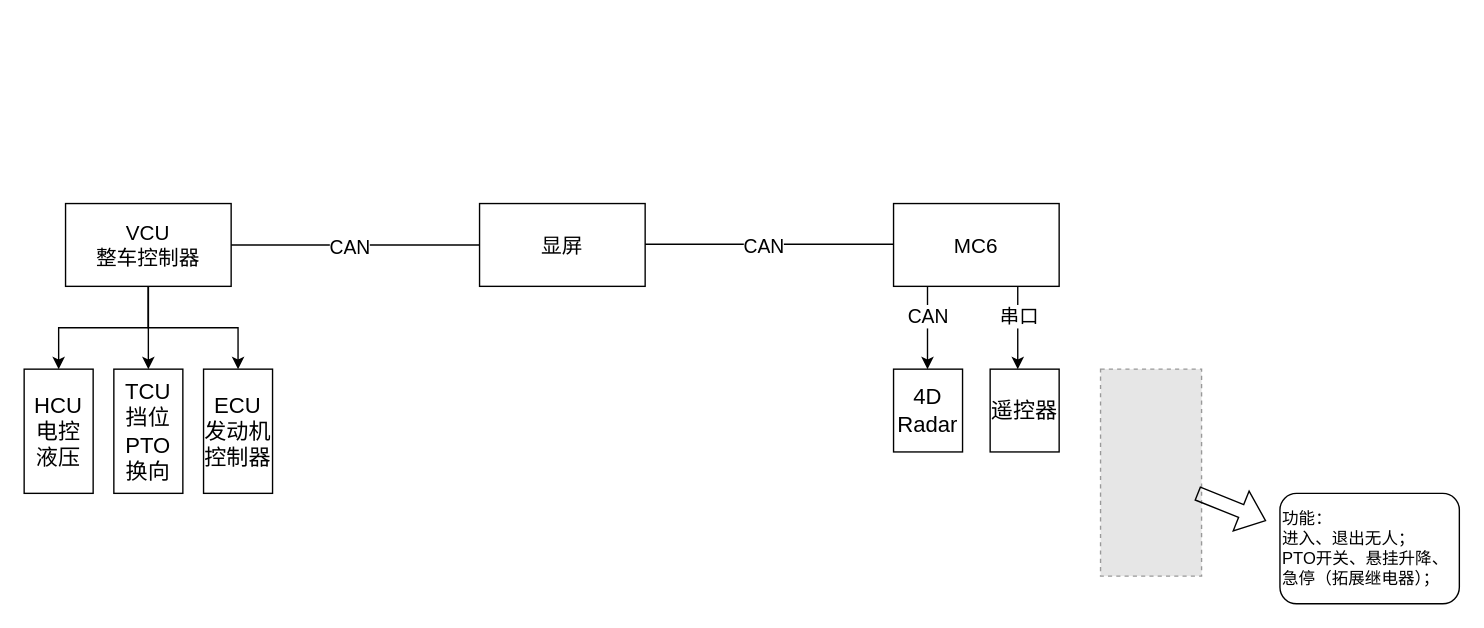
Before: unis_常发.drawio in Hanye1108/drawio, a draw.io diagram. Source tidied: cells renumbered, new cells numbered last; positions are measured from the earlier drawing's top-left corner, leaving out a move shared by most shapes. Both pictures are drawn from the tidied source at 138%, with x=0, y=0 at pixel (23, 203). Pictures stored in the file or linked from it are replaced by grey dashed boxes.
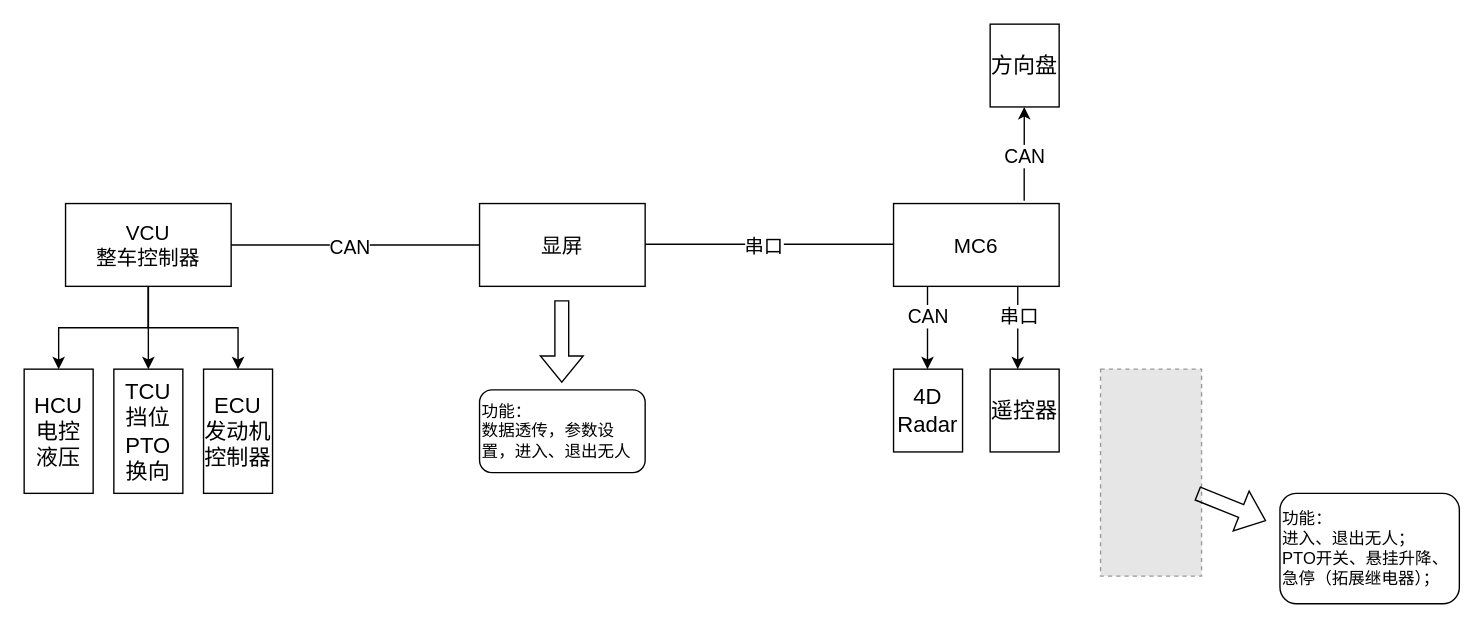
After the change.

The change refers to these unchanged cells:
```xml
<mxCell id="9" value="&lt;font style=&quot;font-size: 15px;&quot;&gt;MC6&lt;/font&gt;" style="rounded=0;whiteSpace=wrap;html=1;" parent="1" vertex="1">
  <mxGeometry x="630" width="120" height="60" as="geometry" />
</mxCell>
<mxCell id="12" style="endArrow=none;html=1;rounded=0;entryX=0;entryY=0.5;entryDx=0;entryDy=0;" parent="1" edge="1">
  <mxGeometry relative="1" as="geometry">
    <mxPoint x="450" y="29.5" as="sourcePoint" />
    <mxPoint x="630" y="29.5" as="targetPoint" />
  </mxGeometry>
</mxCell>
```

What changed in the source:
```diff
@@
-    <mxCell id="13" value="CAN" style="edgeLabel;html=1;align=center;verticalAlign=middle;fontSize=14;" parent="12" vertex="1">
+    <mxCell id="13" value="串口" style="edgeLabel;html=1;align=center;verticalAlign=middle;fontSize=14;" parent="12" vertex="1">
       <mxGeometry x="-0.06" y="-1" relative="1" as="geometry" />
     </mxCell>
@@
+    <mxCell id="24" style="shape=flexArrow;endArrow=classic;html=1;rounded=0;" parent="1" edge="1">
+      <mxGeometry relative="1" as="geometry">
+        <mxPoint x="389.6" y="70" as="sourcePoint" />
+        <mxPoint x="389.6" y="130" as="targetPoint" />
+      </mxGeometry>
+    </mxCell>
+    <mxCell id="25" value="功能：&lt;div&gt;数据透传，参数设置，进入、退出无人&lt;/div&gt;" style="rounded=1;whiteSpace=wrap;html=1;align=left;" parent="1" vertex="1">
+      <mxGeometry x="330" y="135" width="120" height="60" as="geometry" />
+    </mxCell>
+    <mxCell id="26" value="&lt;span style=&quot;font-size: 16px;&quot;&gt;方向盘&lt;/span&gt;" style="rounded=0;whiteSpace=wrap;html=1;" parent="1" vertex="1">
+      <mxGeometry x="700" y="-130" width="50" height="60" as="geometry" />
+    </mxCell>
+    <mxCell id="27" style="endArrow=classic;html=1;rounded=0;exitX=0.789;exitY=-0.035;exitDx=0;exitDy=0;exitPerimeter=0;" parent="1" edge="1" source="9">
+      <mxGeometry relative="1" as="geometry">
+        <mxPoint x="724.7" y="-70" as="targetPoint" />
+      </mxGeometry>
+    </mxCell>
+    <mxCell id="28" value="CAN" style="edgeLabel;html=1;align=center;verticalAlign=middle;fontSize=14;" parent="27" vertex="1">
+      <mxGeometry x="-0.18" relative="1" as="geometry">
+        <mxPoint y="-4" as="offset" />
+      </mxGeometry>
+    </mxCell>
```
